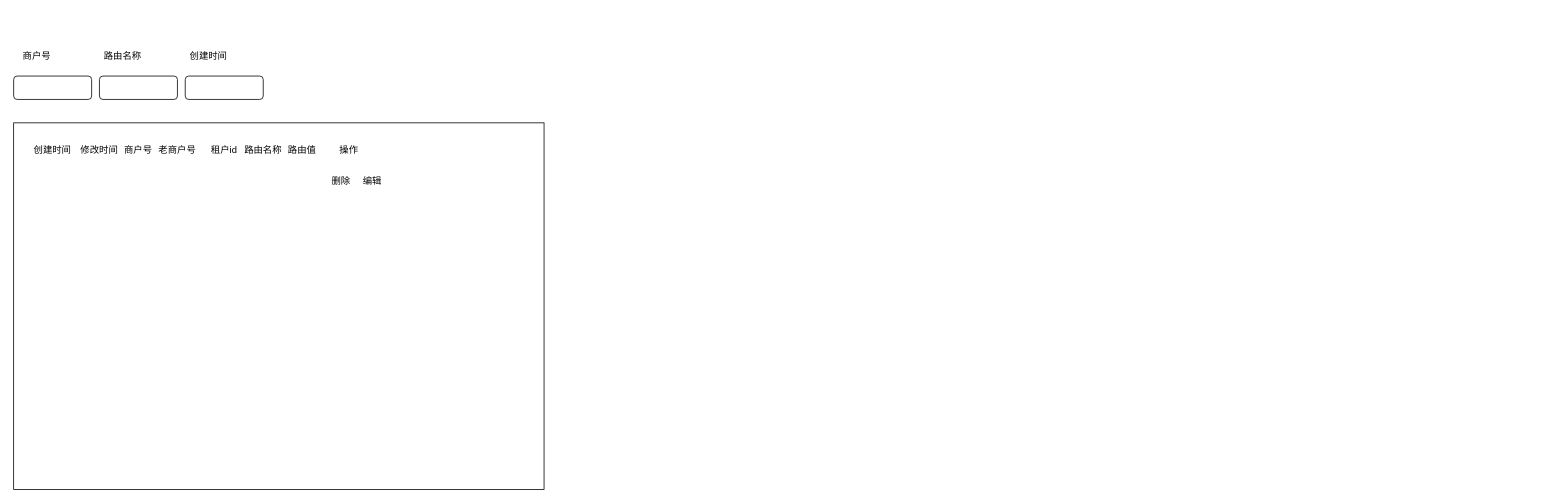
Earlier version of the draw.io diagram page "商户路由配置页" (1 of 2) of 未命名绘图.drawio (littleDagron/Codepractice). Source tidied: cells renumbered, new cells numbered last; positions are measured from the earlier drawing's top-left corner, leaving out a move shared by most shapes. Both pictures are drawn from the tidied source at 78%, with x=0, y=0 at pixel (13, 44).
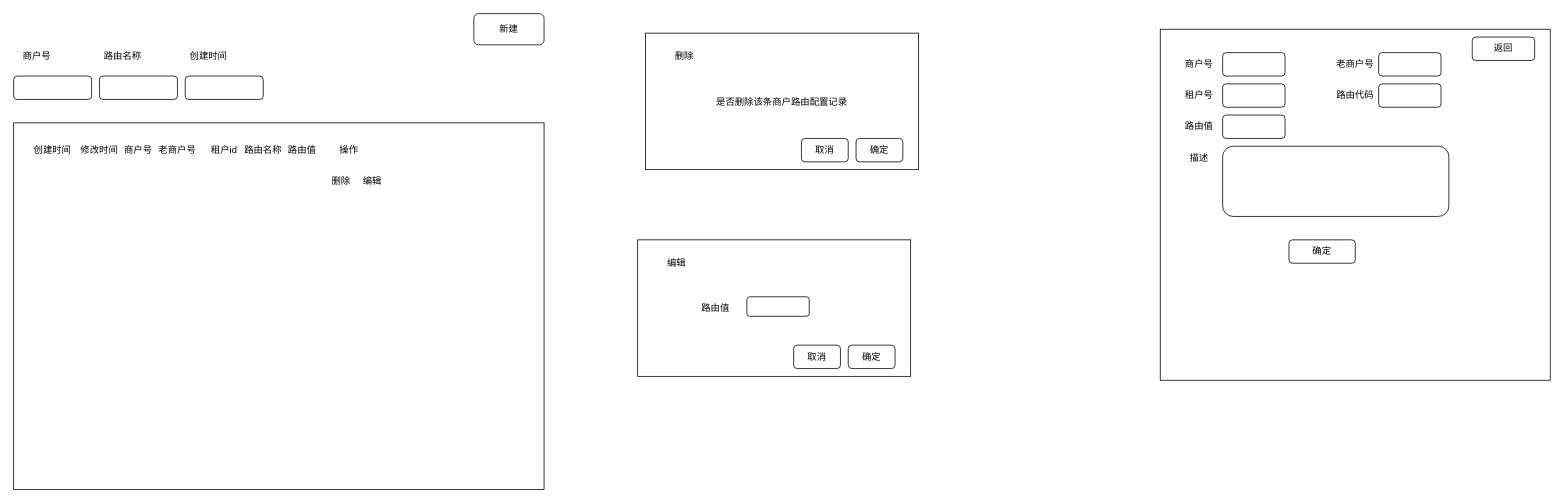
Above is the later version.

Commit message (it also covers changes not shown here):
商户路由配置页面.drawio

Diff of the diagram source:
```diff
@@
+    <mxCell id="22" style="group;" parent="1" vertex="1">
+      <mxGeometry x="810" y="-15" width="350" height="175" as="geometry" />
+    </mxCell>
+    <mxCell id="23" style="rounded=0;whiteSpace=wrap;html=1;" parent="22" vertex="1">
+      <mxGeometry width="350" height="175" as="geometry" />
+    </mxCell>
+    <mxCell id="24" value="确定" style="rounded=1;whiteSpace=wrap;html=1;" parent="22" vertex="1">
+      <mxGeometry x="270" y="135" width="60" height="30" as="geometry" />
+    </mxCell>
+    <mxCell id="25" value="取消" style="rounded=1;whiteSpace=wrap;html=1;" parent="22" vertex="1">
+      <mxGeometry x="200" y="135" width="60" height="30" as="geometry" />
+    </mxCell>
+    <mxCell id="26" value="删除" style="text;html=1;strokeColor=none;fillColor=none;align=center;verticalAlign=middle;whiteSpace=wrap;rounded=0;" parent="22" vertex="1">
+      <mxGeometry x="20" y="15" width="60" height="30" as="geometry" />
+    </mxCell>
+    <mxCell id="27" value="是否删除该条商户路由配置记录" style="text;html=1;strokeColor=none;fillColor=none;align=center;verticalAlign=middle;whiteSpace=wrap;rounded=0;" parent="22" vertex="1">
+      <mxGeometry x="60" y="73" width="230" height="30" as="geometry" />
+    </mxCell>
+    <mxCell id="28" style="group;" parent="1" vertex="1">
+      <mxGeometry x="800" y="250" width="350" height="175" as="geometry" />
+    </mxCell>
+    <mxCell id="29" style="rounded=0;whiteSpace=wrap;html=1;" parent="28" vertex="1">
+      <mxGeometry width="350" height="175" as="geometry" />
+    </mxCell>
+    <mxCell id="30" value="确定" style="rounded=1;whiteSpace=wrap;html=1;" parent="28" vertex="1">
+      <mxGeometry x="270" y="135" width="60" height="30" as="geometry" />
+    </mxCell>
+    <mxCell id="31" value="取消" style="rounded=1;whiteSpace=wrap;html=1;" parent="28" vertex="1">
+      <mxGeometry x="200" y="135" width="60" height="30" as="geometry" />
+    </mxCell>
+    <mxCell id="32" value="编辑" style="text;html=1;strokeColor=none;fillColor=none;align=center;verticalAlign=middle;whiteSpace=wrap;rounded=0;" parent="28" vertex="1">
+      <mxGeometry x="20" y="15" width="60" height="30" as="geometry" />
+    </mxCell>
+    <mxCell id="33" value="路由值" style="text;html=1;strokeColor=none;fillColor=none;align=center;verticalAlign=middle;whiteSpace=wrap;rounded=0;" parent="28" vertex="1">
+      <mxGeometry x="60" y="73" width="80" height="30" as="geometry" />
+    </mxCell>
+    <mxCell id="34" style="rounded=1;whiteSpace=wrap;html=1;" parent="28" vertex="1">
+      <mxGeometry x="140" y="73" width="80" height="25" as="geometry" />
+    </mxCell>
+    <mxCell id="35" value="新建" style="rounded=1;whiteSpace=wrap;html=1;" parent="1" vertex="1">
+      <mxGeometry x="590" y="-40" width="90" height="40" as="geometry" />
+    </mxCell>
+    <mxCell id="36" style="rounded=0;whiteSpace=wrap;html=1;" parent="1" vertex="1">
+      <mxGeometry x="1470" y="-20" width="500" height="450" as="geometry" />
+    </mxCell>
+    <mxCell id="37" value="商户号" style="text;html=1;strokeColor=none;fillColor=none;align=center;verticalAlign=middle;whiteSpace=wrap;rounded=0;" parent="1" vertex="1">
+      <mxGeometry x="1490" y="10" width="60" height="30" as="geometry" />
+    </mxCell>
+    <mxCell id="38" style="rounded=1;whiteSpace=wrap;html=1;" parent="1" vertex="1">
+      <mxGeometry x="1550" y="10" width="80" height="30" as="geometry" />
+    </mxCell>
+    <mxCell id="39" value="老商户号" style="text;html=1;strokeColor=none;fillColor=none;align=center;verticalAlign=middle;whiteSpace=wrap;rounded=0;" parent="1" vertex="1">
+      <mxGeometry x="1690" y="10" width="60" height="30" as="geometry" />
+    </mxCell>
+    <mxCell id="40" style="rounded=1;whiteSpace=wrap;html=1;" parent="1" vertex="1">
+      <mxGeometry x="1750" y="10" width="80" height="30" as="geometry" />
+    </mxCell>
+    <mxCell id="41" value="租户号" style="text;html=1;strokeColor=none;fillColor=none;align=center;verticalAlign=middle;whiteSpace=wrap;rounded=0;" parent="1" vertex="1">
+      <mxGeometry x="1490" y="50" width="60" height="30" as="geometry" />
+    </mxCell>
+    <mxCell id="42" style="rounded=1;whiteSpace=wrap;html=1;" parent="1" vertex="1">
+      <mxGeometry x="1550" y="50" width="80" height="30" as="geometry" />
+    </mxCell>
+    <mxCell id="43" value="路由代码" style="text;html=1;strokeColor=none;fillColor=none;align=center;verticalAlign=middle;whiteSpace=wrap;rounded=0;" parent="1" vertex="1">
+      <mxGeometry x="1690" y="50" width="60" height="30" as="geometry" />
+    </mxCell>
+    <mxCell id="44" style="rounded=1;whiteSpace=wrap;html=1;" parent="1" vertex="1">
+      <mxGeometry x="1750" y="50" width="80" height="30" as="geometry" />
+    </mxCell>
+    <mxCell id="45" value="路由值" style="text;html=1;strokeColor=none;fillColor=none;align=center;verticalAlign=middle;whiteSpace=wrap;rounded=0;" parent="1" vertex="1">
+      <mxGeometry x="1490" y="90" width="60" height="30" as="geometry" />
+    </mxCell>
+    <mxCell id="46" style="rounded=1;whiteSpace=wrap;html=1;" parent="1" vertex="1">
+      <mxGeometry x="1550" y="90" width="80" height="30" as="geometry" />
+    </mxCell>
+    <mxCell id="47" value="描述" style="text;html=1;strokeColor=none;fillColor=none;align=center;verticalAlign=middle;whiteSpace=wrap;rounded=0;" parent="1" vertex="1">
+      <mxGeometry x="1490" y="130" width="60" height="30" as="geometry" />
+    </mxCell>
+    <mxCell id="48" style="rounded=1;whiteSpace=wrap;html=1;" parent="1" vertex="1">
+      <mxGeometry x="1550" y="130" width="290" height="90" as="geometry" />
+    </mxCell>
+    <mxCell id="49" value="确定" style="rounded=1;whiteSpace=wrap;html=1;" parent="1" vertex="1">
+      <mxGeometry x="1635" y="250" width="85" height="30" as="geometry" />
+    </mxCell>
+    <mxCell id="50" value="返回" style="rounded=1;whiteSpace=wrap;html=1;" parent="1" vertex="1">
+      <mxGeometry x="1870" y="-10" width="80" height="30" as="geometry" />
+    </mxCell>
```
